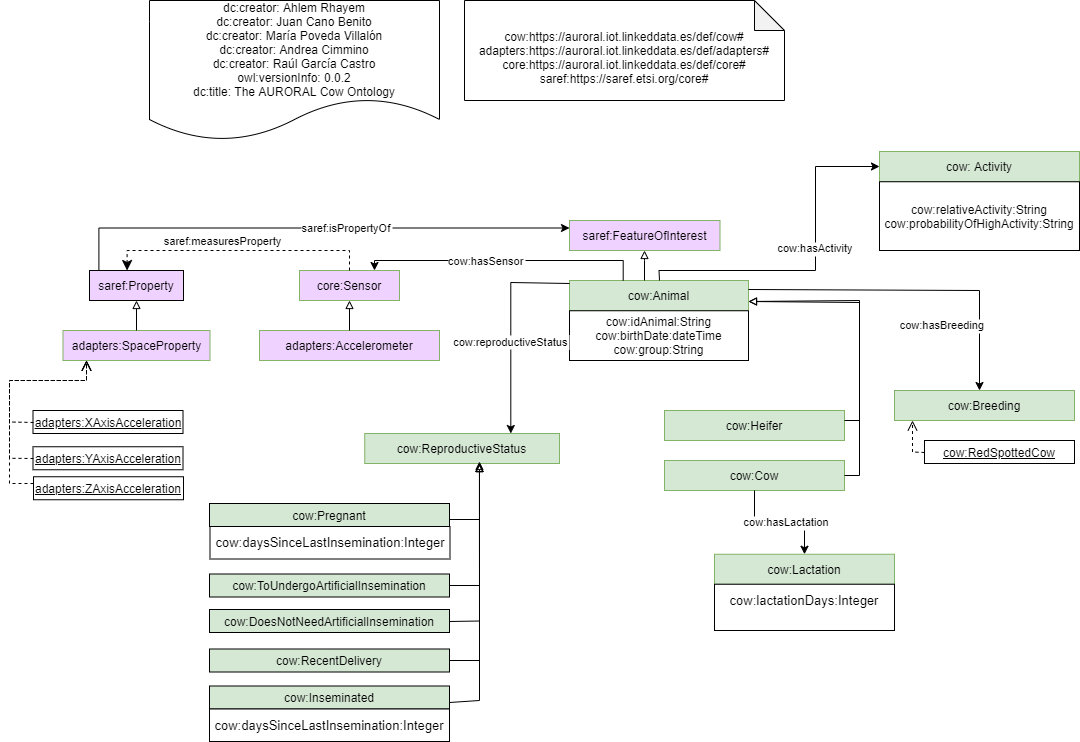
Earlier version of the draw.io export Diagram/CowItaly.png (oeg-upm/auroral-cow-ontology). Source tidied: cells renumbered, new cells last; positions are measured from the earlier drawing's top-left corner, leaving out a move shared by most shapes.
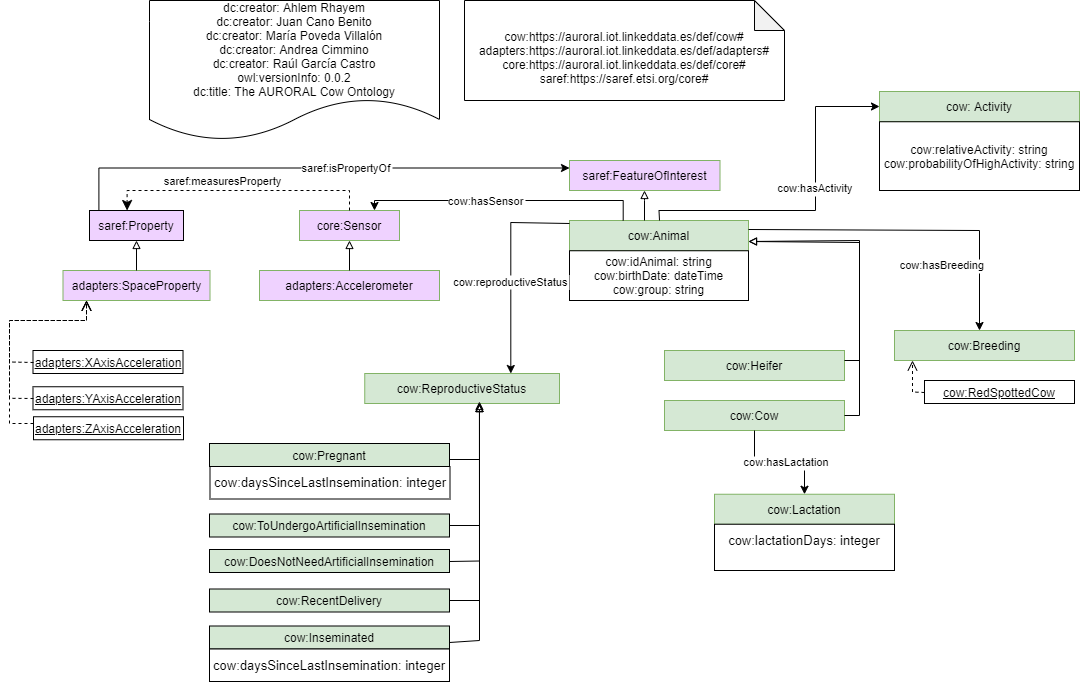
After the commit.

The edit, as a diff of the source:
```diff
@@ -3,10 +3,10 @@
     <mxCell id="0" />
     <mxCell id="1" parent="0" />
     <mxCell id="2" value="dc:creator: Ahlem Rhayem&#10;dc:creator: Juan Cano Benito&#10;dc:creator: María Poveda Villalón&#10;dc:creator: Andrea Cimmino&#10;dc:creator: Raúl García Castro&#10;owl:versionInfo: 0.0.2&#10;dc:title: The AURORAL Cow Ontology" style="shape=document;boundedLbl=1;" parent="1" vertex="1">
-      <mxGeometry x="140" width="290" height="140" as="geometry" />
+      <mxGeometry x="140" y="60" width="290" height="140" as="geometry" />
     </mxCell>
     <mxCell id="3" value="&#10;cow:https://auroral.iot.linkeddata.es/def/cow#&#10;adapters:https://auroral.iot.linkeddata.es/def/adapters#&#10;core:https://auroral.iot.linkeddata.es/def/core#&#10;saref:https://saref.etsi.org/core#" style="shape=note;backgroundOutline=1;darkOpacity=0.05;" parent="1" vertex="1">
-      <mxGeometry x="455" width="320" height="100" as="geometry" />
+      <mxGeometry x="455" y="60" width="320" height="100" as="geometry" />
     </mxCell>
     <mxCell id="4" value="core:Sensor" style="rounded=0;whiteSpace=wrap;html=1;fillColor=#EFD2FF;strokeColor=#82b366;" parent="1" vertex="1">
       <mxGeometry x="290" y="270" width="100" height="30" as="geometry" />
@@ -93,7 +93,7 @@
         </Array>
       </mxGeometry>
     </mxCell>
-    <mxCell id="21" value="cow:idAnimal:String&lt;br&gt;cow:birthDate:dateTime&lt;br&gt;cow:group:String" style="rounded=0;whiteSpace=wrap;html=1;" parent="1" vertex="1">
+    <mxCell id="21" value="cow:idAnimal: string&lt;br&gt;cow:birthDate: dateTime&lt;br&gt;cow:group: string" style="rounded=0;whiteSpace=wrap;html=1;" parent="1" vertex="1">
       <mxGeometry x="560" y="310.2" width="179" height="49.8" as="geometry" />
     </mxCell>
     <mxCell id="22" value="&lt;div&gt;&lt;span&gt;cow:Cow&lt;/span&gt;&lt;/div&gt;" style="rounded=0;whiteSpace=wrap;html=1;fillColor=#d5e8d4;strokeColor=#82b366;" parent="1" vertex="1">
@@ -124,7 +124,7 @@
     <mxCell id="27" value="&lt;div&gt;&lt;span&gt;cow: Activity&lt;/span&gt;&lt;/div&gt;" style="rounded=0;whiteSpace=wrap;html=1;fillColor=#d5e8d4;strokeColor=#82b366;" parent="1" vertex="1">
       <mxGeometry x="870" y="151" width="200" height="30" as="geometry" />
     </mxCell>
-    <mxCell id="28" value="cow:relativeActivity:String&lt;br&gt;cow:probabilityOfHighActivity:String" style="rounded=0;whiteSpace=wrap;html=1;" parent="1" vertex="1">
+    <mxCell id="28" value="cow:relativeActivity: string&lt;br&gt;cow:probabilityOfHighActivity: string" style="rounded=0;whiteSpace=wrap;html=1;" parent="1" vertex="1">
       <mxGeometry x="870" y="181.2" width="200" height="68.8" as="geometry" />
     </mxCell>
     <mxCell id="29" value="cow:hasActivity" style="edgeStyle=orthogonalEdgeStyle;rounded=0;jettySize=auto;fontSize=11;endArrow=classic;endFill=1;" parent="1" edge="1" source="17" target="27">
@@ -139,7 +139,7 @@
     <mxCell id="30" value="cow:hasLactation" style="edgeStyle=orthogonalEdgeStyle;rounded=0;jettySize=auto;fontSize=11;endArrow=classic;endFill=1;" parent="1" edge="1" source="22" target="26">
       <mxGeometry x="0.13" relative="1" as="geometry" />
     </mxCell>
-    <mxCell id="31" value="&lt;div style=&quot;text-align: left&quot;&gt;&lt;font face=&quot;arial&quot;&gt;&lt;span style=&quot;font-size: 13px ; background-color: rgb(255 , 255 , 255)&quot;&gt;cow:lactationDays:Integer&lt;/span&gt;&lt;/font&gt;&lt;/div&gt;&lt;div style=&quot;text-align: left&quot;&gt;&lt;br&gt;&lt;/div&gt;" style="rounded=0;whiteSpace=wrap;html=1;" parent="1" vertex="1">
+    <mxCell id="31" value="&lt;div style=&quot;text-align: left&quot;&gt;&lt;font face=&quot;arial&quot;&gt;&lt;span style=&quot;font-size: 13px ; background-color: rgb(255 , 255 , 255)&quot;&gt;cow:lactationDays: integer&lt;/span&gt;&lt;/font&gt;&lt;/div&gt;&lt;div style=&quot;text-align: left&quot;&gt;&lt;br&gt;&lt;/div&gt;" style="rounded=0;whiteSpace=wrap;html=1;" parent="1" vertex="1">
       <mxGeometry x="705" y="583.8" width="180" height="46.2" as="geometry" />
     </mxCell>
     <mxCell id="32" value="&lt;div&gt;&lt;span&gt;cow:Breeding&lt;/span&gt;&lt;/div&gt;" style="rounded=0;whiteSpace=wrap;html=1;fillColor=#d5e8d4;strokeColor=#82b366;" parent="1" vertex="1">
@@ -198,7 +198,7 @@
     <mxCell id="44" value="cow:Inseminated" style="rounded=0;whiteSpace=wrap;html=1;snapToPoint=1;points=[[0.1,0],[0.2,0],[0.3,0],[0.4,0],[0.5,0],[0.6,0],[0.7,0],[0.8,0],[0.9,0],[0,0.1],[0,0.3],[0,0.5],[0,0.7],[0,0.9],[0.1,1],[0.2,1],[0.3,1],[0.4,1],[0.5,1],[0.6,1],[0.7,1],[0.8,1],[0.9,1],[1,0.1],[1,0.3],[1,0.5],[1,0.7],[1,0.9]];fillColor=#D5E8D4;" parent="1" vertex="1">
       <mxGeometry x="200" y="685.5" width="240" height="23" as="geometry" />
     </mxCell>
-    <mxCell id="45" value="&lt;div style=&quot;text-align: left&quot;&gt;&lt;font face=&quot;arial&quot;&gt;&lt;span style=&quot;font-size: 13px ; background-color: rgb(255 , 255 , 255)&quot;&gt;cow:daysSinceLastInsemination:Integer&lt;/span&gt;&lt;/font&gt;&lt;/div&gt;" style="rounded=0;whiteSpace=wrap;html=1;" parent="1" vertex="1">
+    <mxCell id="45" value="&lt;div style=&quot;text-align: left&quot;&gt;&lt;font face=&quot;arial&quot;&gt;&lt;span style=&quot;font-size: 13px ; background-color: rgb(255 , 255 , 255)&quot;&gt;cow:daysSinceLastInsemination: integer&lt;/span&gt;&lt;/font&gt;&lt;/div&gt;" style="rounded=0;whiteSpace=wrap;html=1;" parent="1" vertex="1">
       <mxGeometry x="200" y="708.5" width="240" height="32.5" as="geometry" />
     </mxCell>
     <mxCell id="46" style="edgeStyle=orthogonalEdgeStyle;rounded=0;jettySize=auto;html=1;fontSize=11;endArrow=block;endFill=0;" parent="1" edge="1" source="38" target="33">
@@ -236,7 +236,7 @@
         </Array>
       </mxGeometry>
     </mxCell>
-    <mxCell id="51" value="&lt;div style=&quot;text-align: left&quot;&gt;&lt;font face=&quot;arial&quot;&gt;&lt;span style=&quot;font-size: 13px ; background-color: rgb(255 , 255 , 255)&quot;&gt;cow:daysSinceLastInsemination:Integer&lt;/span&gt;&lt;/font&gt;&lt;/div&gt;" style="rounded=0;whiteSpace=wrap;html=1;" parent="1" vertex="1">
+    <mxCell id="51" value="&lt;div style=&quot;text-align: left&quot;&gt;&lt;font face=&quot;arial&quot;&gt;&lt;span style=&quot;font-size: 13px ; background-color: rgb(255 , 255 , 255)&quot;&gt;cow:daysSinceLastInsemination: integer&lt;/span&gt;&lt;/font&gt;&lt;/div&gt;" style="rounded=0;whiteSpace=wrap;html=1;" parent="1" vertex="1">
       <mxGeometry x="200.5" y="526" width="240" height="32.5" as="geometry" />
     </mxCell>
   </root>
```
